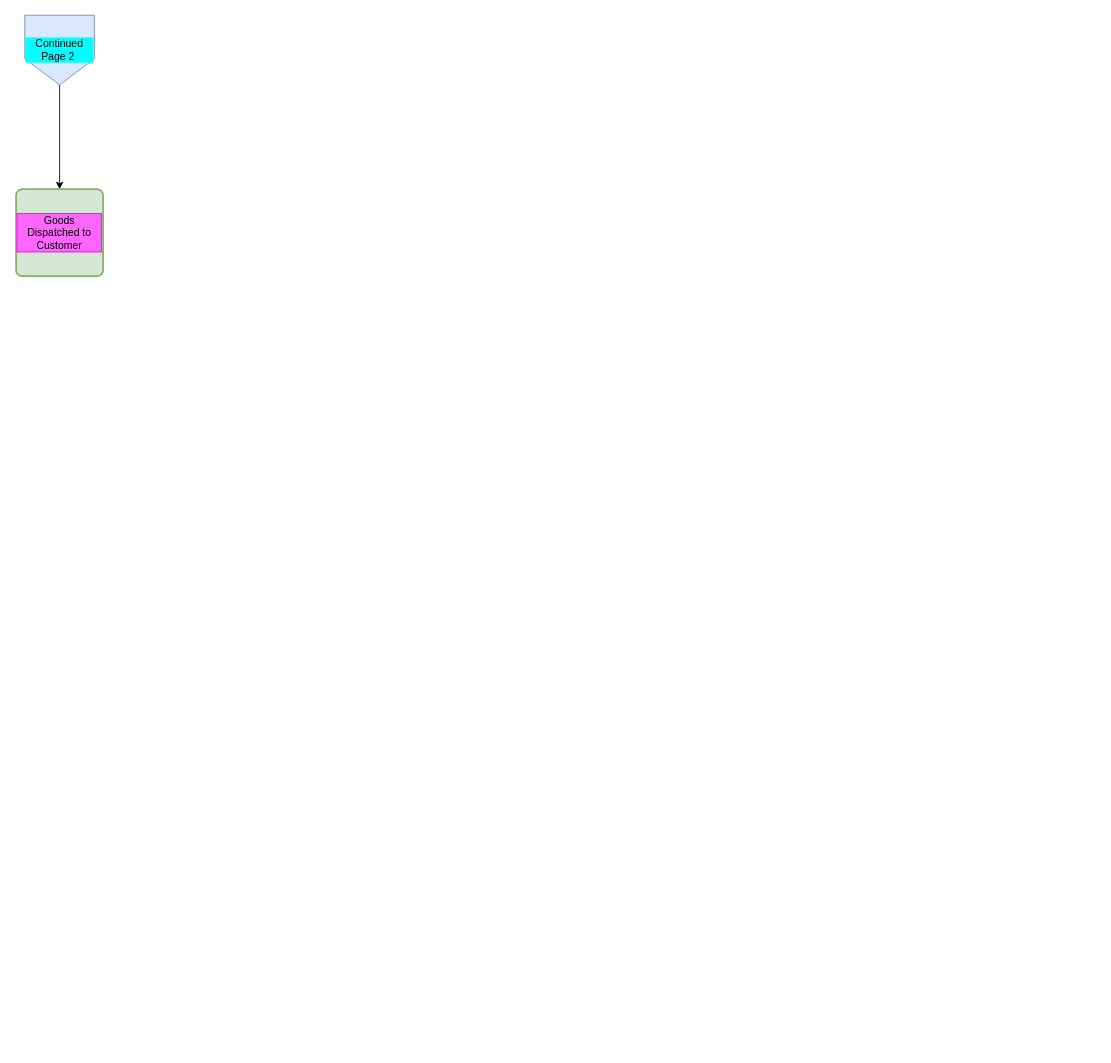
Before: page "Page 2" (2 of 2) of Revenue_Cycle_Controls.drawio in jacksharon/drawio, a draw.io diagram. Source tidied: cells renumbered, new cells numbered last; positions are measured from the earlier drawing's top-left corner, leaving out a move shared by most shapes. Both pictures are drawn from the tidied source at 87%, with x=0, y=0 at pixel (16, 15).
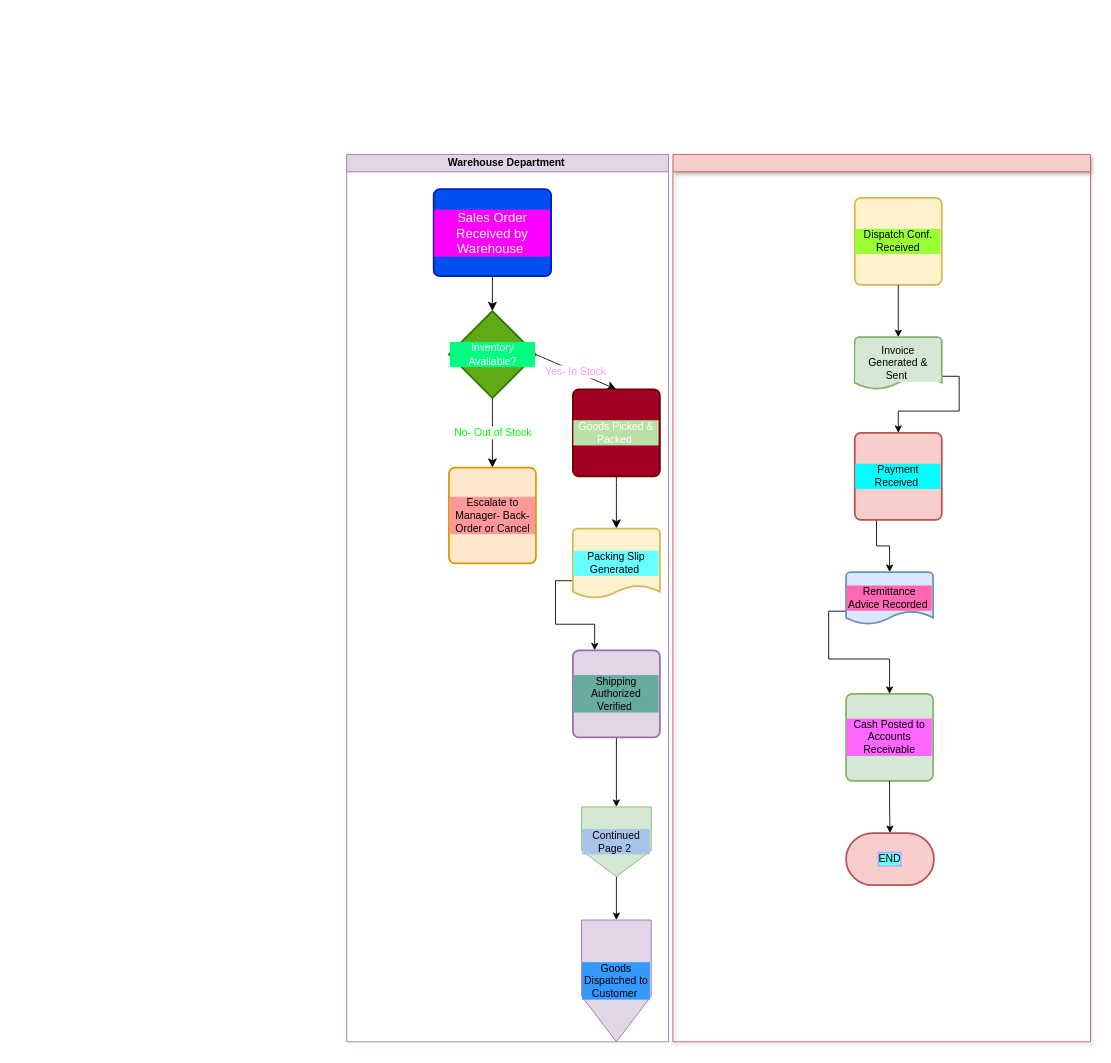
After the change.

Change to the diagram source:
```diff
@@
+    <mxCell id="5" value="Warehouse Department&amp;nbsp;" style="swimlane;html=1;startSize=20;strokeColor=#9673a6;fillColor=#e1d5e7;" parent="1" vertex="1">
+      <mxGeometry x="380" y="160" width="370" height="1020" as="geometry" />
+    </mxCell>
+    <mxCell id="6" value="Sales Order Received by Warehouse&amp;nbsp;" style="rounded=1;whiteSpace=wrap;html=1;absoluteArcSize=1;arcSize=14;strokeWidth=2;fontSize=15;labelBackgroundColor=#FF00FF;fillColor=#0050ef;fontColor=#ffffff;strokeColor=#001DBC;" parent="5" vertex="1">
+      <mxGeometry x="100" y="40" width="135" height="100" as="geometry" />
+    </mxCell>
+    <mxCell id="7" value="Yes- In Stock" style="edgeStyle=none;curved=1;rounded=0;jettySize=auto;html=1;exitX=1;exitY=0.5;exitDx=0;exitDy=0;exitPerimeter=0;fontSize=12;startSize=8;endSize=8;fontColor=#FF99FF;entryX=0.5;entryY=0;entryDx=0;entryDy=0;" parent="5" edge="1" source="9" target="12">
+      <mxGeometry relative="1" as="geometry" />
+    </mxCell>
+    <mxCell id="8" value="No- Out of Stock" style="edgeStyle=none;curved=1;rounded=0;jettySize=auto;html=1;exitX=0.5;exitY=1;exitDx=0;exitDy=0;exitPerimeter=0;fontSize=12;startSize=8;endSize=8;fontColor=#00FF00;entryX=0.5;entryY=0;entryDx=0;entryDy=0;" parent="5" edge="1" source="9" target="11">
+      <mxGeometry relative="1" as="geometry" />
+    </mxCell>
+    <mxCell id="9" value="Inventory Available?" style="strokeWidth=2;html=1;shape=mxgraph.flowchart.decision;whiteSpace=wrap;labelBackgroundColor=#00FF80;fillColor=#60a917;fontColor=#ffffff;strokeColor=#2D7600;" parent="5" vertex="1">
+      <mxGeometry x="117.5" y="180" width="100" height="100" as="geometry" />
+    </mxCell>
+    <mxCell id="10" style="edgeStyle=none;curved=1;rounded=0;jettySize=auto;html=1;exitX=0.5;exitY=1;exitDx=0;exitDy=0;entryX=0.5;entryY=0;entryDx=0;entryDy=0;entryPerimeter=0;fontSize=12;startSize=8;endSize=8;" parent="5" edge="1" source="6" target="9">
+      <mxGeometry relative="1" as="geometry" />
+    </mxCell>
+    <mxCell id="11" value="Escalate to Manager- Back-Order or Cancel" style="rounded=1;whiteSpace=wrap;html=1;absoluteArcSize=1;arcSize=14;strokeWidth=2;labelBackgroundColor=#FF9999;fillColor=#ffe6cc;strokeColor=#d79b00;" parent="5" vertex="1">
+      <mxGeometry x="117.5" y="360" width="100" height="110" as="geometry" />
+    </mxCell>
+    <mxCell id="12" value="Goods Picked &amp;amp; Packed&amp;nbsp;" style="rounded=1;whiteSpace=wrap;html=1;absoluteArcSize=1;arcSize=14;strokeWidth=2;fillColor=#a20025;strokeColor=#6F0000;labelBackgroundColor=#B9E0A5;fontColor=#ffffff;" parent="5" vertex="1">
+      <mxGeometry x="260" y="270" width="100" height="100" as="geometry" />
+    </mxCell>
+    <mxCell id="13" style="edgeStyle=none;curved=1;rounded=0;jettySize=auto;html=1;exitX=0.5;exitY=1;exitDx=0;exitDy=0;fontSize=12;startSize=8;endSize=8;entryX=0.5;entryY=0;entryDx=0;entryDy=0;entryPerimeter=0;" parent="5" edge="1" source="12" target="15">
+      <mxGeometry relative="1" as="geometry" />
+    </mxCell>
+    <mxCell id="14" style="edgeStyle=orthogonalEdgeStyle;rounded=0;jettySize=auto;html=1;exitX=0;exitY=0.75;exitDx=0;exitDy=0;exitPerimeter=0;entryX=0.25;entryY=0;entryDx=0;entryDy=0;" parent="5" edge="1" source="15" target="17">
+      <mxGeometry relative="1" as="geometry" />
+    </mxCell>
+    <mxCell id="15" value="Packing Slip Generated&amp;nbsp;" style="strokeWidth=2;html=1;shape=mxgraph.flowchart.document2;whiteSpace=wrap;size=0.18304738690776362;labelBackgroundColor=#66FFFF;fillColor=#fff2cc;strokeColor=#d6b656;" parent="5" vertex="1">
+      <mxGeometry x="260" y="430" width="100" height="80" as="geometry" />
+    </mxCell>
+    <mxCell id="16" style="edgeStyle=orthogonalEdgeStyle;rounded=0;jettySize=auto;html=1;exitX=0.5;exitY=1;exitDx=0;exitDy=0;entryX=0.5;entryY=0;entryDx=0;entryDy=0;" parent="5" edge="1" source="17" target="3">
+      <mxGeometry relative="1" as="geometry" />
+    </mxCell>
+    <mxCell id="17" value="Shipping Authorized Verified&amp;nbsp;" style="rounded=1;whiteSpace=wrap;html=1;absoluteArcSize=1;arcSize=14;strokeWidth=2;labelBackgroundColor=#67AB9F;fillColor=#e1d5e7;strokeColor=#9673a6;" parent="5" vertex="1">
+      <mxGeometry x="260" y="570" width="100" height="100" as="geometry" />
+    </mxCell>
-    <mxCell id="2" style="edgeStyle=orthogonalEdgeStyle;rounded=0;jettySize=auto;html=1;exitX=0.5;exitY=1;exitDx=0;exitDy=0;entryX=0.5;entryY=0;entryDx=0;entryDy=0;" parent="1" edge="1" source="3" target="4">
+    <mxCell id="2" style="edgeStyle=orthogonalEdgeStyle;rounded=0;jettySize=auto;html=1;exitX=0.5;exitY=1;exitDx=0;exitDy=0;entryX=0.5;entryY=0;entryDx=0;entryDy=0;" parent="5" edge="1" source="3" target="4">
       <mxGeometry relative="1" as="geometry" />
     </mxCell>
-    <mxCell id="3" value="Continued Page 2&lt;span style=&quot;background-color: light-dark(rgb(0, 255, 255), rgb(0, 111, 111)); color: light-dark(rgb(0, 0, 0), rgb(255, 255, 255));&quot;&gt;&amp;nbsp;&lt;/span&gt;" style="shape=offPageConnector;whiteSpace=wrap;html=1;labelBackgroundColor=#00FFFF;fillColor=#dae8fc;strokeColor=#6c8ebf;" parent="1" vertex="1">
-      <mxGeometry x="10" width="80" height="80" as="geometry" />
+    <mxCell id="3" value="Continued Page 2&amp;nbsp;" style="shape=offPageConnector;whiteSpace=wrap;html=1;labelBackgroundColor=#A9C4EB;fillColor=#d5e8d4;strokeColor=#82b366;" parent="5" vertex="1">
+      <mxGeometry x="270" y="750" width="80" height="80" as="geometry" />
     </mxCell>
-    <mxCell id="4" value="Goods Dispatched to Customer" style="rounded=1;whiteSpace=wrap;html=1;absoluteArcSize=1;arcSize=14;strokeWidth=2;labelBackgroundColor=#FF66FF;labelBorderColor=#FF00FF;fillColor=#d5e8d4;strokeColor=#82b366;" parent="1" vertex="1">
-      <mxGeometry y="200" width="100" height="100" as="geometry" />
+    <mxCell id="4" value="Goods Dispatched to Customer&amp;nbsp;" style="shape=offPageConnector;whiteSpace=wrap;html=1;fillColor=#e1d5e7;strokeColor=#9673a6;labelBackgroundColor=#3399FF;" parent="5" vertex="1">
+      <mxGeometry x="270" y="880" width="80" height="140" as="geometry" />
     </mxCell>
+    <mxCell id="18" value="&amp;nbsp;&amp;nbsp; " style="swimlane;html=1;startSize=20;fillColor=#f8cecc;strokeColor=#b85450;shadow=1;" parent="1" vertex="1">
+      <mxGeometry x="755" y="160" width="480" height="1020" as="geometry" />
+    </mxCell>
+    <mxCell id="19" value="Dispatch Conf. Received" style="rounded=1;whiteSpace=wrap;html=1;absoluteArcSize=1;arcSize=14;strokeWidth=2;labelBackgroundColor=#99FF33;fillColor=#fff2cc;strokeColor=#d6b656;" parent="18" vertex="1">
+      <mxGeometry x="209" y="50" width="100" height="100" as="geometry" />
+    </mxCell>
+    <mxCell id="20" style="edgeStyle=orthogonalEdgeStyle;rounded=0;jettySize=auto;html=1;exitX=1;exitY=0.75;exitDx=0;exitDy=0;exitPerimeter=0;entryX=0.5;entryY=0;entryDx=0;entryDy=0;" parent="18" edge="1" source="21" target="24">
+      <mxGeometry relative="1" as="geometry" />
+    </mxCell>
+    <mxCell id="21" value="Invoice Generated &amp;amp; Sent&amp;nbsp;" style="strokeWidth=2;html=1;shape=mxgraph.flowchart.document2;whiteSpace=wrap;size=0.25;labelBackgroundColor=#D5E8D4;fillColor=#d5e8d4;strokeColor=#82b366;" parent="18" vertex="1">
+      <mxGeometry x="209" y="210" width="100" height="60" as="geometry" />
+    </mxCell>
+    <mxCell id="22" style="edgeStyle=orthogonalEdgeStyle;rounded=0;jettySize=auto;html=1;exitX=0.5;exitY=1;exitDx=0;exitDy=0;entryX=0.5;entryY=0;entryDx=0;entryDy=0;entryPerimeter=0;" parent="18" edge="1" source="19" target="21">
+      <mxGeometry relative="1" as="geometry" />
+    </mxCell>
+    <mxCell id="23" style="edgeStyle=orthogonalEdgeStyle;rounded=0;jettySize=auto;html=1;exitX=0.25;exitY=1;exitDx=0;exitDy=0;" parent="18" edge="1" source="24" target="26">
+      <mxGeometry relative="1" as="geometry" />
+    </mxCell>
+    <mxCell id="24" value="Payment Received&amp;nbsp;" style="rounded=1;whiteSpace=wrap;html=1;absoluteArcSize=1;arcSize=14;strokeWidth=2;labelBackgroundColor=#00FFFF;fillColor=#f8cecc;strokeColor=#b85450;" parent="18" vertex="1">
+      <mxGeometry x="209" y="320" width="100" height="100" as="geometry" />
+    </mxCell>
+    <mxCell id="25" style="edgeStyle=orthogonalEdgeStyle;rounded=0;jettySize=auto;html=1;exitX=0;exitY=0.75;exitDx=0;exitDy=0;exitPerimeter=0;entryX=0.5;entryY=0;entryDx=0;entryDy=0;" parent="18" edge="1" source="26" target="27">
+      <mxGeometry relative="1" as="geometry" />
+    </mxCell>
+    <mxCell id="26" value="Remittance Advice Recorded&amp;nbsp;" style="strokeWidth=2;html=1;shape=mxgraph.flowchart.document2;whiteSpace=wrap;size=0.25;labelBackgroundColor=#FF66B3;fillColor=#dae8fc;strokeColor=#6c8ebf;" parent="18" vertex="1">
+      <mxGeometry x="199" y="480" width="100" height="60" as="geometry" />
+    </mxCell>
+    <mxCell id="27" value="Cash Posted to Accounts Receivable" style="rounded=1;whiteSpace=wrap;html=1;absoluteArcSize=1;arcSize=14;strokeWidth=2;fillColor=#d5e8d4;strokeColor=#82b366;labelBackgroundColor=#FF66FF;" parent="18" vertex="1">
+      <mxGeometry x="199" y="620" width="100" height="100" as="geometry" />
+    </mxCell>
+    <mxCell id="28" value="END" style="strokeWidth=2;html=1;shape=mxgraph.flowchart.terminator;whiteSpace=wrap;fillColor=#f8cecc;strokeColor=#b85450;labelBackgroundColor=#66FFFF;labelBorderColor=#FF66FF;" parent="18" vertex="1">
+      <mxGeometry x="199" y="780" width="101" height="60" as="geometry" />
+    </mxCell>
+    <mxCell id="29" style="edgeStyle=orthogonalEdgeStyle;rounded=0;jettySize=auto;html=1;exitX=0.5;exitY=1;exitDx=0;exitDy=0;entryX=0.5;entryY=0;entryDx=0;entryDy=0;entryPerimeter=0;" parent="18" edge="1" source="27" target="28">
+      <mxGeometry relative="1" as="geometry" />
+    </mxCell>
```
